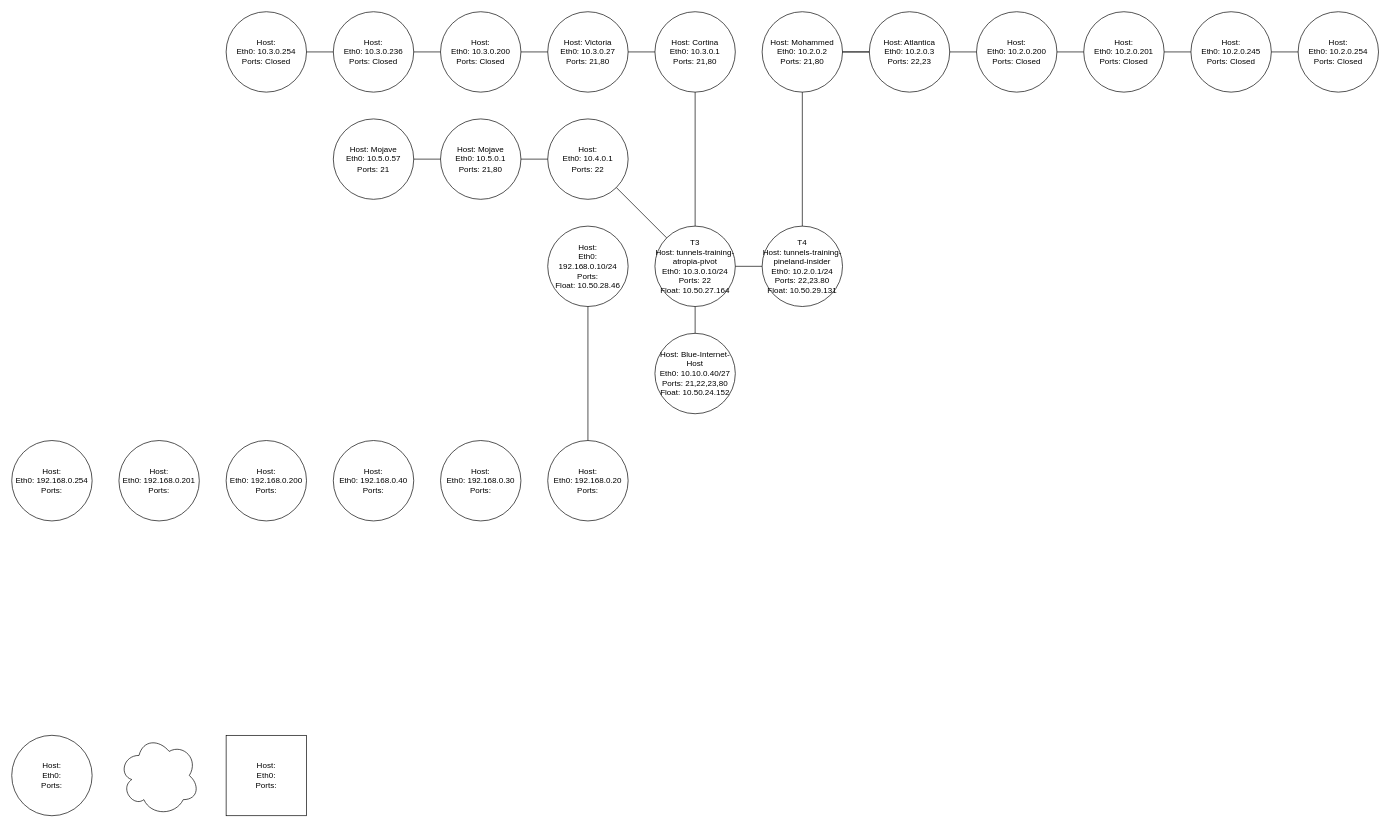
Above: Untitled Diagram.drawio in matthewjrobinson24/networking (draw.io), before the change. Source tidied: cells renumbered, new cells numbered last; positions are measured from the earlier drawing's top-left corner, leaving out a move shared by most shapes. Both pictures are drawn from the tidied source at 67%, with x=0, y=0 at pixel (11, 11).
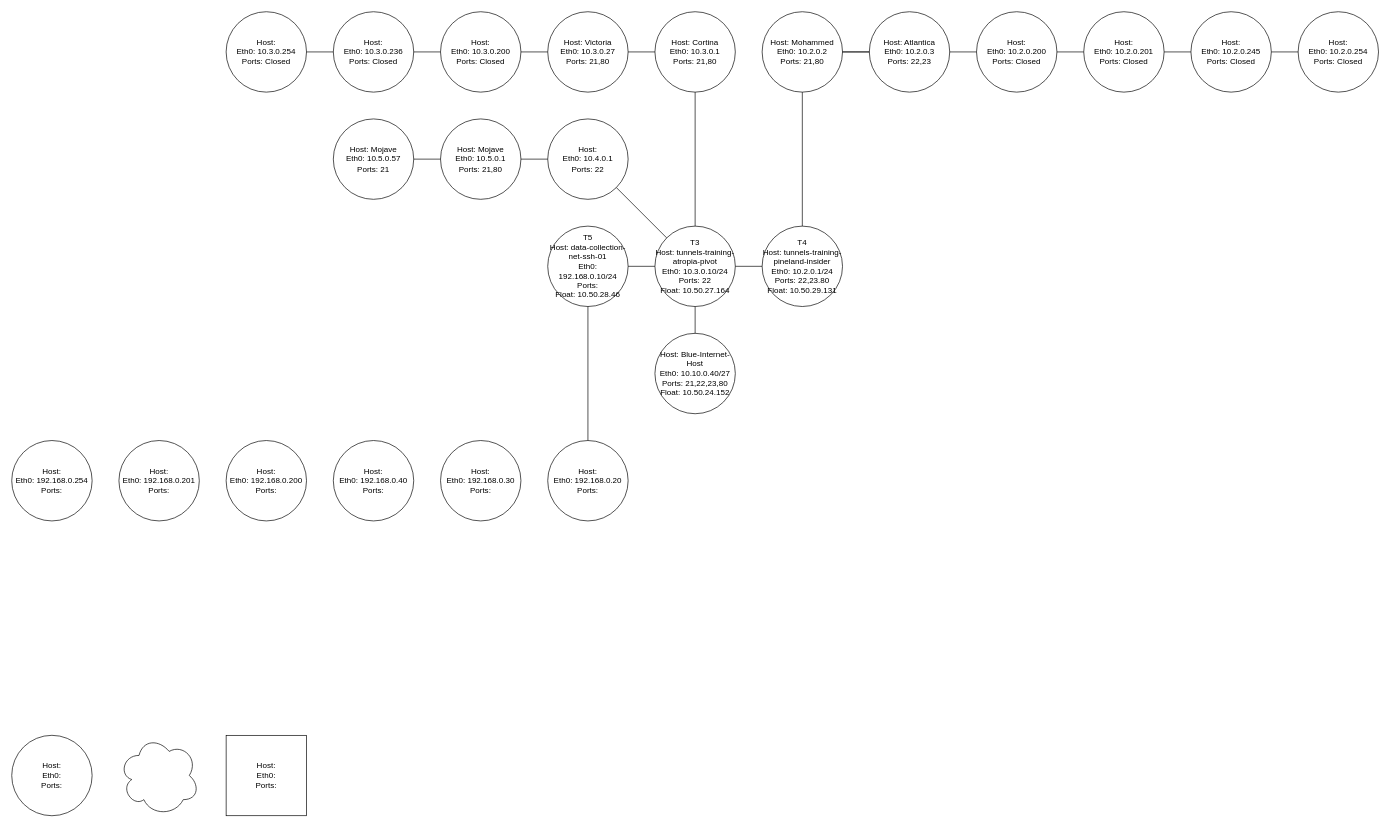
The same page after the edit.

Unchanged cells that the change refers to:
```xml
<mxCell id="5" value="&lt;div&gt;T3&lt;br&gt;&lt;/div&gt;&lt;div&gt;Host: tunnels-training-atropia-pivot&lt;br&gt;&lt;/div&gt;&lt;div&gt;Eth0: 10.3.0.10/24&lt;br&gt;&lt;/div&gt;&lt;div&gt;Ports: 22&lt;/div&gt;&lt;div&gt;Float: 10.50.27.164&lt;br&gt;&lt;/div&gt;" style="ellipse;whiteSpace=wrap;html=1;" parent="1" vertex="1">
  <mxGeometry x="960" y="320" width="120" height="120" as="geometry" />
</mxCell>
```

Change to the diagram source:
```diff
@@
-    <mxCell id="21" value="&lt;div&gt;Host: &lt;br&gt;&lt;/div&gt;&lt;div&gt;Eth0: 192.168.0.10/24&lt;br&gt;&lt;/div&gt;&lt;div&gt;Ports: &lt;br&gt;&lt;/div&gt;&lt;div&gt;Float: 10.50.28.46&lt;br&gt;&lt;/div&gt;" style="ellipse;whiteSpace=wrap;html=1;" parent="1" vertex="1">
+    <mxCell id="21" value="&lt;div&gt;T5&lt;br&gt;&lt;/div&gt;&lt;div&gt;Host: data-collection-net-ssh-01&lt;br&gt;&lt;/div&gt;&lt;div&gt;Eth0: 192.168.0.10/24&lt;br&gt;&lt;/div&gt;&lt;div&gt;Ports: &lt;br&gt;&lt;/div&gt;&lt;div&gt;Float: 10.50.28.46&lt;br&gt;&lt;/div&gt;" style="ellipse;whiteSpace=wrap;html=1;" parent="1" vertex="1">
       <mxGeometry x="800" y="320" width="120" height="120" as="geometry" />
     </mxCell>
@@
+    <mxCell id="47" style="endArrow=none;html=1;rounded=0;entryX=0;entryY=0.5;entryDx=0;entryDy=0;exitX=1;exitY=0.5;exitDx=0;exitDy=0;" parent="1" edge="1" source="21" target="5">
+      <mxGeometry relative="1" as="geometry" />
+    </mxCell>
```
